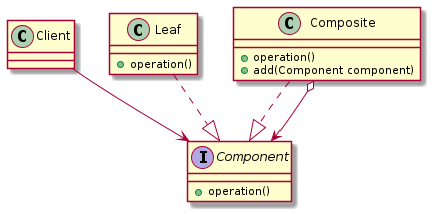
The PlantUML diagram images/composite.png in gillescoolen/design-patterns, before a commit.
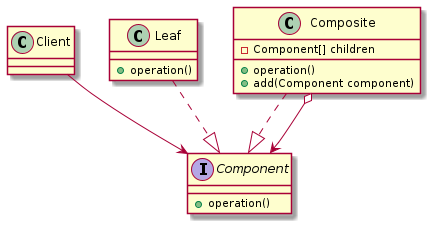
Later version of the same file.

What changed in the source:
```diff
@@ -11,6 +11,7 @@
 }
 
 class Composite {
+  - Component[] children
   + operation()
   + add(Component component)
 }
```
